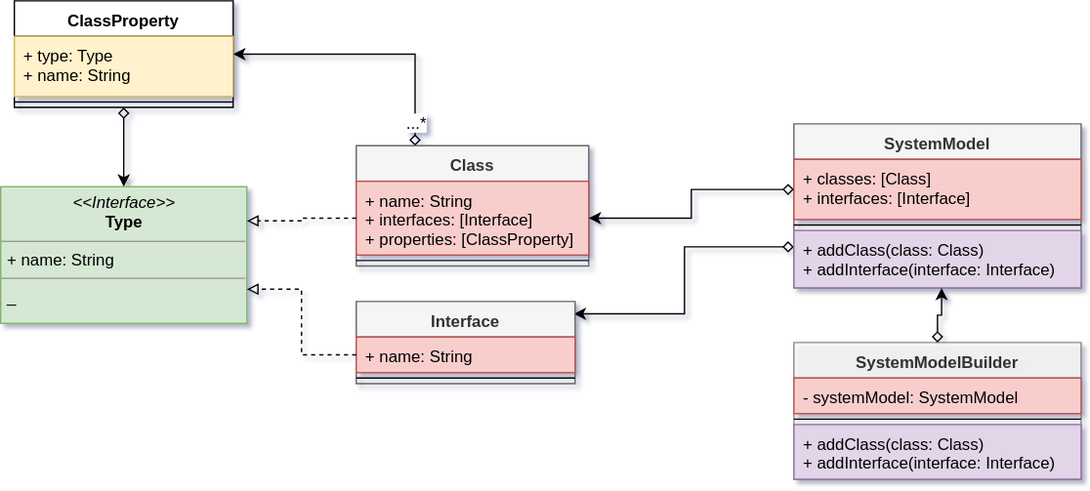
Before: doc/res/SwiftCodeHelper-SwiftSoftwareSystemModel.svg, a diagram exported from draw.io (kevinvandenbreemen/SwiftSoftwareSystemModel). Source tidied: cells renumbered, new cells last; positions are measured from the earlier drawing's top-left corner, leaving out a move shared by most shapes.
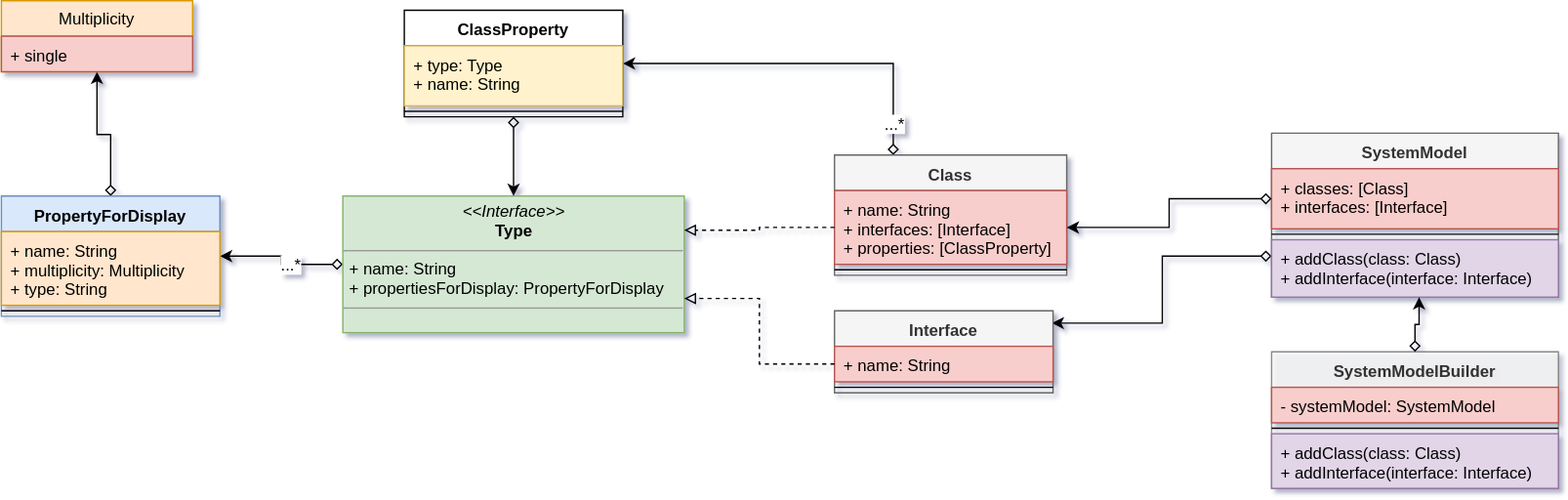
Above is the later version.

What changed in the source:
```diff
@@ -59,8 +59,14 @@
     <mxCell id="20" style="line;strokeWidth=1;fillColor=none;align=left;verticalAlign=middle;spacingTop=-1;spacingLeft=3;spacingRight=3;labelPosition=right;" parent="18" vertex="1">
       <mxGeometry y="52" width="160" height="8" as="geometry" />
     </mxCell>
+    <mxCell id="28" style="edgeStyle=orthogonalEdgeStyle;rounded=0;jettySize=auto;html=1;exitX=0;exitY=0.5;exitDx=0;exitDy=0;entryX=1;entryY=0.5;entryDx=0;entryDy=0;startArrow=diamond;startFill=0;endArrow=classic;endFill=1;" parent="1" edge="1" source="21" target="31">
+      <mxGeometry relative="1" as="geometry" />
+    </mxCell>
+    <mxCell id="29" value="...*" style="text;html=1;align=center;verticalAlign=middle;labelBackgroundColor=#ffffff;" parent="28" vertex="1">
+      <mxGeometry x="-0.21" y="-1" relative="1" as="geometry" />
+    </mxCell>
-    <mxCell id="21" value="&lt;p style=&quot;margin: 0px ; margin-top: 4px ; text-align: center&quot;&gt;&lt;i&gt;&amp;lt;&amp;lt;Interface&amp;gt;&amp;gt;&lt;/i&gt;&lt;br&gt;&lt;b&gt;Type&lt;/b&gt;&lt;/p&gt;&lt;hr size=&quot;1&quot;&gt;&lt;p style=&quot;margin: 0px ; margin-left: 4px&quot;&gt;+ name: String&lt;br&gt;&lt;/p&gt;&lt;hr size=&quot;1&quot;&gt;&lt;p style=&quot;margin: 0px ; margin-left: 4px&quot;&gt;_&lt;/p&gt;" style="verticalAlign=top;align=left;overflow=fill;fontSize=12;fontFamily=Helvetica;html=1;fillColor=#d5e8d4;strokeColor=#82b366;" parent="1" vertex="1">
-      <mxGeometry y="136" width="180" height="100" as="geometry" />
+    <mxCell id="21" value="&lt;p style=&quot;margin: 0px ; margin-top: 4px ; text-align: center&quot;&gt;&lt;i&gt;&amp;lt;&amp;lt;Interface&amp;gt;&amp;gt;&lt;/i&gt;&lt;br&gt;&lt;b&gt;Type&lt;/b&gt;&lt;/p&gt;&lt;hr size=&quot;1&quot;&gt;&lt;p style=&quot;margin: 0px ; margin-left: 4px&quot;&gt;+ name: String&lt;br&gt;&lt;/p&gt;&lt;p style=&quot;margin: 0px ; margin-left: 4px&quot;&gt;+ propertiesForDisplay: PropertyForDisplay&lt;/p&gt;&lt;hr size=&quot;1&quot;&gt;&lt;p style=&quot;margin: 0px ; margin-left: 4px&quot;&gt;_&lt;/p&gt;" style="verticalAlign=top;align=left;overflow=fill;fontSize=12;fontFamily=Helvetica;html=1;fillColor=#d5e8d4;strokeColor=#82b366;" parent="1" vertex="1">
+      <mxGeometry x="-100" y="136" width="250" height="100" as="geometry" />
     </mxCell>
     <mxCell id="22" style="edgeStyle=orthogonalEdgeStyle;rounded=0;jettySize=auto;html=1;exitX=0;exitY=0.5;exitDx=0;exitDy=0;entryX=1;entryY=0.25;entryDx=0;entryDy=0;dashed=1;endArrow=block;endFill=0;" parent="1" edge="1" source="5" target="21">
       <mxGeometry relative="1" as="geometry" />
@@ -72,7 +78,7 @@
       <mxGeometry relative="1" as="geometry" />
     </mxCell>
     <mxCell id="25" value="ClassProperty" style="swimlane;fontStyle=1;align=center;verticalAlign=top;horizontal=1;startSize=26;" parent="1" vertex="1">
-      <mxGeometry x="10" width="160" height="78" as="geometry" />
+      <mxGeometry x="-55" width="160" height="78" as="geometry" />
     </mxCell>
     <mxCell id="26" value="+ type: Type&#10;+ name: String" style="text;strokeColor=#d6b656;fillColor=#fff2cc;align=left;verticalAlign=top;spacingLeft=4;spacingRight=4;overflow=hidden;" parent="25" vertex="1">
       <mxGeometry y="26" width="160" height="44" as="geometry" />
@@ -80,5 +86,23 @@
     <mxCell id="27" style="line;strokeWidth=1;fillColor=none;align=left;verticalAlign=middle;spacingTop=-1;spacingLeft=3;spacingRight=3;labelPosition=right;" parent="25" vertex="1">
       <mxGeometry y="70" width="160" height="8" as="geometry" />
     </mxCell>
+    <mxCell id="30" style="edgeStyle=orthogonalEdgeStyle;rounded=0;jettySize=auto;html=1;exitX=0.5;exitY=0;exitDx=0;exitDy=0;entryX=0.5;entryY=1;entryDx=0;entryDy=0;startArrow=diamond;startFill=0;endArrow=classic;endFill=1;" parent="1" edge="1" source="31" target="34">
+      <mxGeometry relative="1" as="geometry" />
+    </mxCell>
+    <mxCell id="31" value="PropertyForDisplay" style="swimlane;fontStyle=1;align=center;verticalAlign=top;horizontal=1;startSize=26;fillColor=#dae8fc;strokeColor=#6c8ebf;" parent="1" vertex="1">
+      <mxGeometry x="-350" y="136" width="160" height="88" as="geometry" />
+    </mxCell>
+    <mxCell id="32" value="+ name: String&#10;+ multiplicity: Multiplicity&#10;+ type: String" style="text;strokeColor=#d79b00;fillColor=#ffe6cc;align=left;verticalAlign=top;spacingLeft=4;spacingRight=4;overflow=hidden;" parent="31" vertex="1">
+      <mxGeometry y="26" width="160" height="54" as="geometry" />
+    </mxCell>
+    <mxCell id="33" style="line;strokeWidth=1;fillColor=none;align=left;verticalAlign=middle;spacingTop=-1;spacingLeft=3;spacingRight=3;labelPosition=right;" parent="31" vertex="1">
+      <mxGeometry y="80" width="160" height="8" as="geometry" />
+    </mxCell>
+    <mxCell id="34" value="Multiplicity" style="swimlane;fontStyle=0;horizontal=1;startSize=26;fillColor=#ffe6cc;strokeColor=#d79b00;" parent="1" vertex="1">
+      <mxGeometry x="-350" y="-7" width="140" height="52" as="geometry" />
+    </mxCell>
+    <mxCell id="35" value="+ single" style="text;strokeColor=#b85450;fillColor=#f8cecc;align=left;verticalAlign=top;spacingLeft=4;spacingRight=4;overflow=hidden;" parent="34" vertex="1">
+      <mxGeometry y="26" width="140" height="26" as="geometry" />
+    </mxCell>
   </root>
 </mxGraphModel>
```
